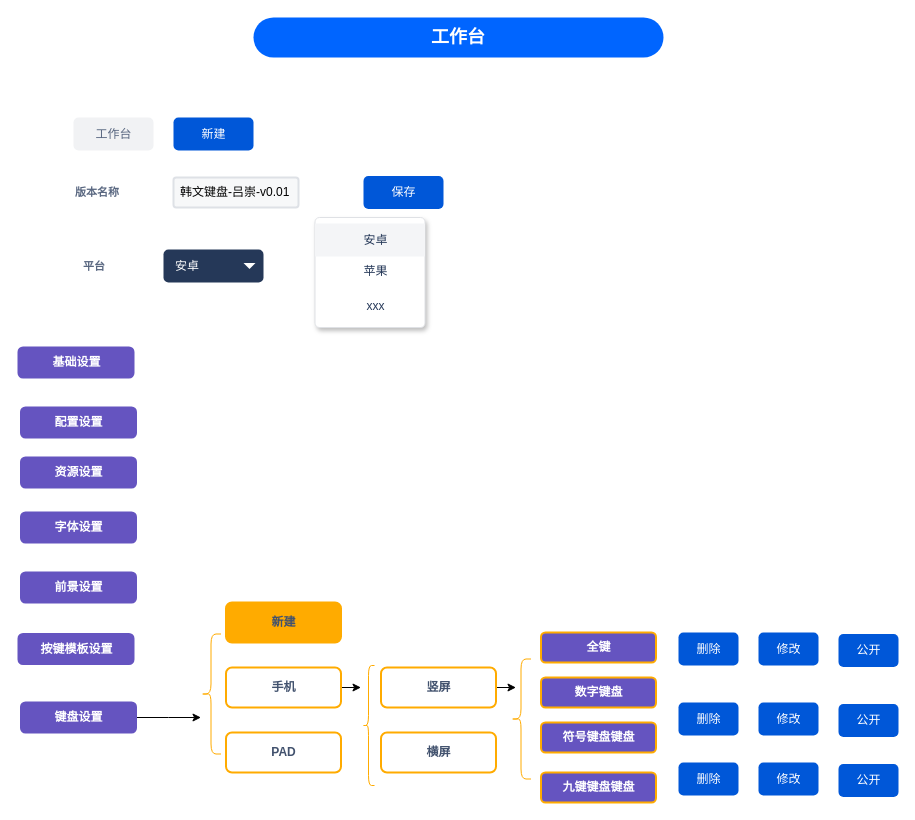
Above: layout-editor/工作台表单.drawio in chonglv/charts (draw.io), before the change. Source tidied: cells renumbered, new cells numbered last; positions are measured from the earlier drawing's top-left corner, leaving out a move shared by most shapes. Both pictures are drawn from the tidied source at 100%, with x=0, y=0 at pixel (18, 17).
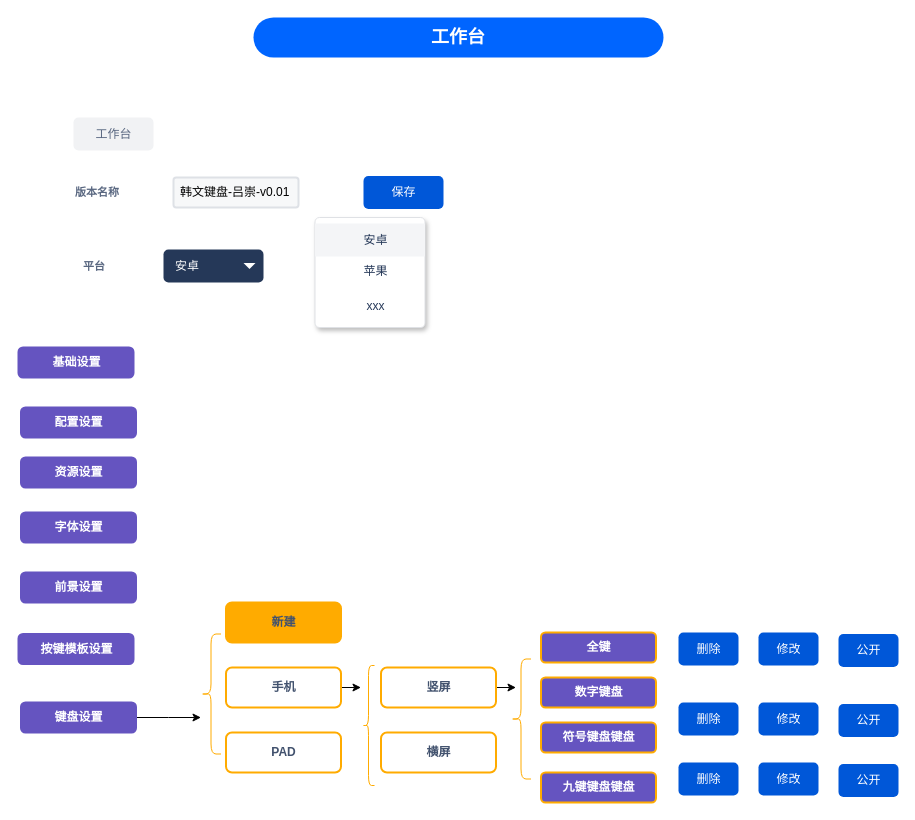
Above is the later version.

Commit message:
更新工作台表单.drawio

The edit, as a diff of the source:
```diff
@@
-    <mxCell id="3" value="新建" style="rounded=1;fillColor=#0057D8;align=center;strokeColor=none;html=1;fontColor=#ffffff;fontSize=12;" parent="1" vertex="1">
-      <mxGeometry x="155" y="100" width="80" height="33" as="geometry" />
-    </mxCell>
```
